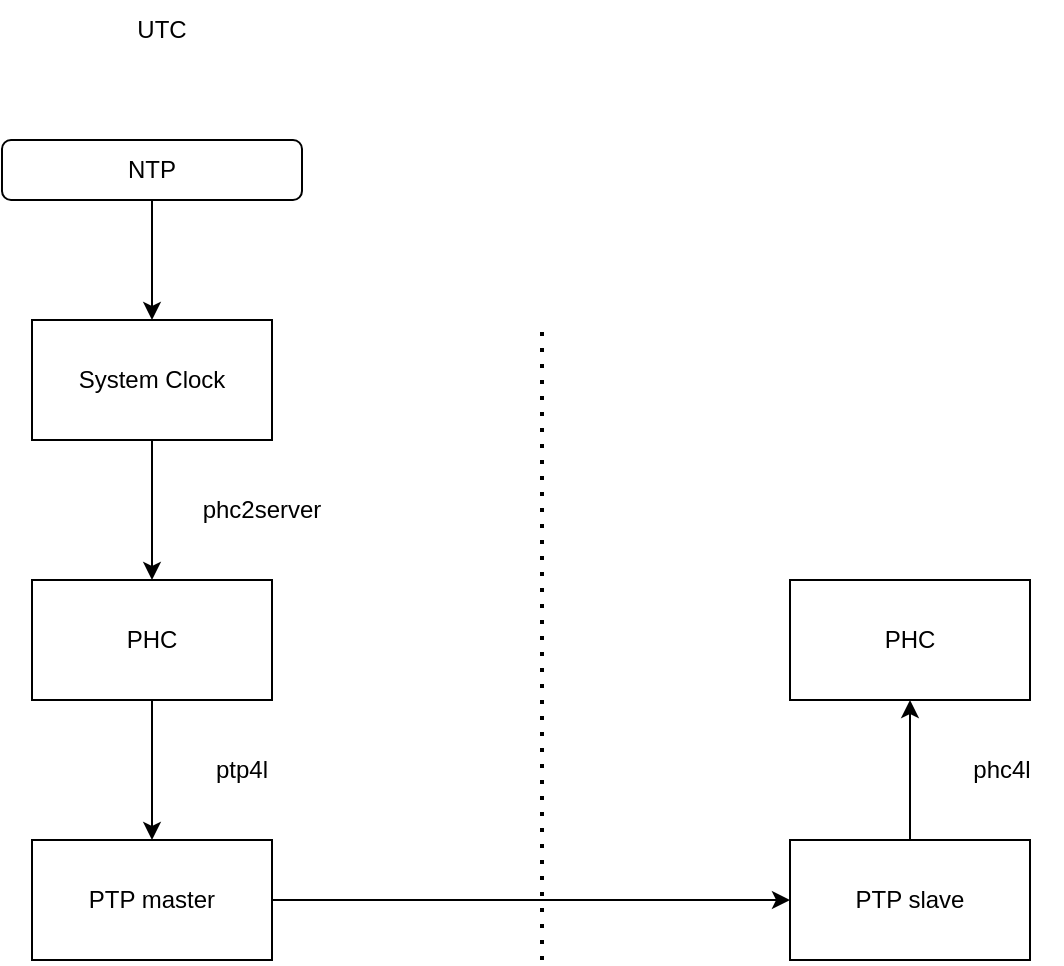
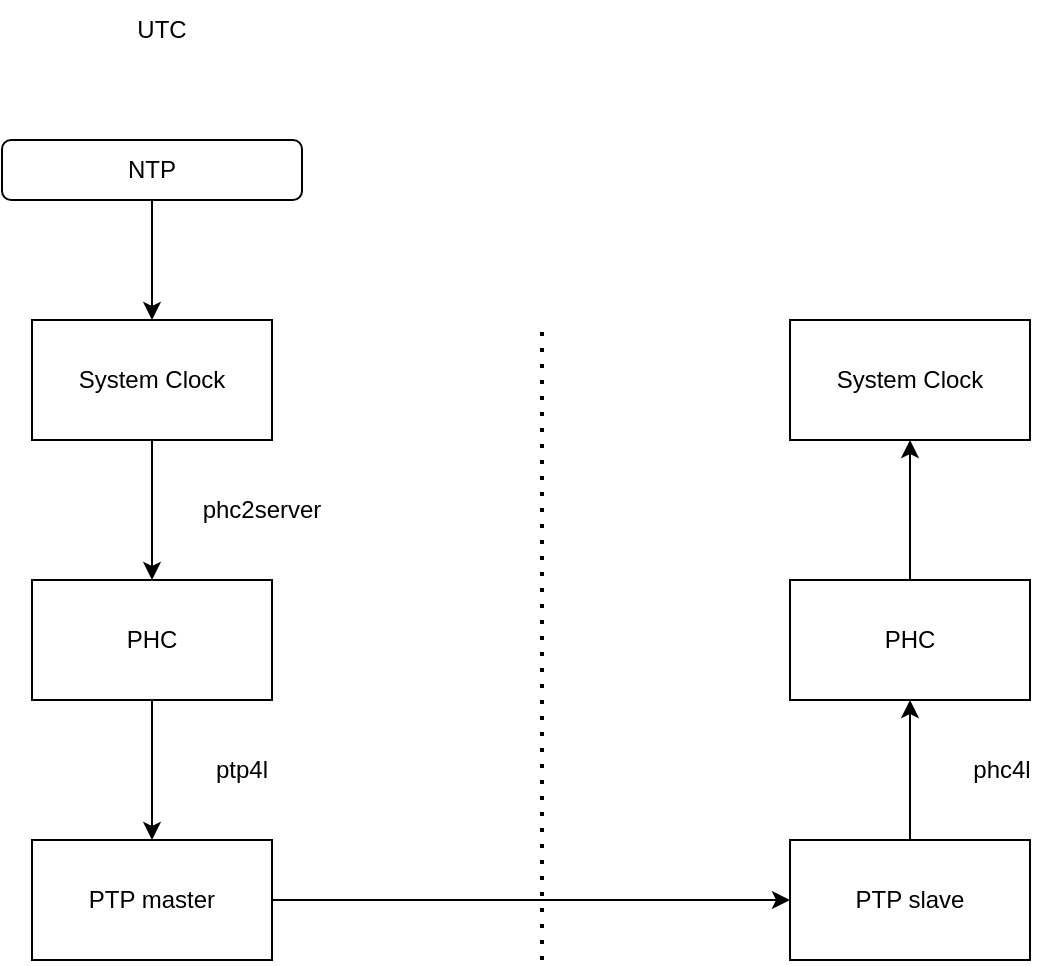
<mxfile host="app.diagrams.net" agent="Mozilla/5.0 (Windows NT 10.0; Win64; x64) AppleWebKit/537.36 (KHTML, like Gecko) Chrome/148.0.0.0 Safari/537.36">
  <diagram name="第 1 页" id="xi5zx8poPBdEaGlYp24N">
    <mxGraphModel dx="930" dy="494" grid="1" gridSize="10" guides="1" tooltips="1" connect="1" arrows="1" fold="1" page="1" pageScale="1" pageWidth="827" pageHeight="1169" math="0" shadow="0">
      <root>
        <mxCell id="0" />
        <mxCell id="1" parent="0" />
        <mxCell id="9tWx0qsMY7gKmuM-r2hu-1" edge="1" parent="1" source="473n1farRfXXC9yVkO81-1" style="edgeStyle=orthogonalEdgeStyle;rounded=0;orthogonalLoop=1;jettySize=auto;html=1;" target="473n1farRfXXC9yVkO81-7" value="">
          <mxGeometry relative="1" as="geometry" />
        </mxCell>
        <mxCell id="473n1farRfXXC9yVkO81-1" parent="1" style="rounded=1;whiteSpace=wrap;html=1;" value="NTP" vertex="1">
          <mxGeometry height="30" width="150" x="20" y="140" as="geometry" />
        </mxCell>
        <mxCell id="473n1farRfXXC9yVkO81-6" parent="1" style="text;html=1;whiteSpace=wrap;strokeColor=none;fillColor=none;align=center;verticalAlign=middle;rounded=0;" value="UTC" vertex="1">
          <mxGeometry height="30" width="60" x="70" y="70" as="geometry" />
        </mxCell>
        <mxCell id="9tWx0qsMY7gKmuM-r2hu-3" edge="1" parent="1" source="473n1farRfXXC9yVkO81-7" style="edgeStyle=orthogonalEdgeStyle;rounded=0;orthogonalLoop=1;jettySize=auto;html=1;" target="9tWx0qsMY7gKmuM-r2hu-2" value="">
          <mxGeometry relative="1" as="geometry" />
        </mxCell>
        <mxCell id="473n1farRfXXC9yVkO81-7" parent="1" style="rounded=0;whiteSpace=wrap;html=1;" value="System Clock" vertex="1">
          <mxGeometry height="60" width="120" x="35" y="230" as="geometry" />
        </mxCell>
        <mxCell id="9tWx0qsMY7gKmuM-r2hu-5" edge="1" parent="1" source="9tWx0qsMY7gKmuM-r2hu-2" style="edgeStyle=orthogonalEdgeStyle;rounded=0;orthogonalLoop=1;jettySize=auto;html=1;" target="9tWx0qsMY7gKmuM-r2hu-4" value="">
          <mxGeometry relative="1" as="geometry" />
        </mxCell>
        <mxCell id="9tWx0qsMY7gKmuM-r2hu-2" parent="1" style="rounded=0;whiteSpace=wrap;html=1;" value="PHC" vertex="1">
          <mxGeometry height="60" width="120" x="35" y="360" as="geometry" />
        </mxCell>
        <mxCell id="9tWx0qsMY7gKmuM-r2hu-11" edge="1" parent="1" source="9tWx0qsMY7gKmuM-r2hu-4" style="edgeStyle=orthogonalEdgeStyle;rounded=0;orthogonalLoop=1;jettySize=auto;html=1;exitX=1;exitY=0.5;exitDx=0;exitDy=0;entryX=0;entryY=0.5;entryDx=0;entryDy=0;" target="9tWx0qsMY7gKmuM-r2hu-9">
          <mxGeometry relative="1" as="geometry" />
        </mxCell>
        <mxCell id="9tWx0qsMY7gKmuM-r2hu-4" parent="1" style="rounded=0;whiteSpace=wrap;html=1;" value="PTP master" vertex="1">
          <mxGeometry height="60" width="120" x="35" y="490" as="geometry" />
        </mxCell>
        <mxCell id="9tWx0qsMY7gKmuM-r2hu-6" parent="1" style="text;html=1;whiteSpace=wrap;strokeColor=none;fillColor=none;align=center;verticalAlign=middle;rounded=0;" value="phc2server" vertex="1">
          <mxGeometry height="30" width="60" x="120" y="310" as="geometry" />
        </mxCell>
        <mxCell id="9tWx0qsMY7gKmuM-r2hu-7" parent="1" style="text;html=1;whiteSpace=wrap;strokeColor=none;fillColor=none;align=center;verticalAlign=middle;rounded=0;" value="ptp4l" vertex="1">
          <mxGeometry height="30" width="60" x="110" y="440" as="geometry" />
        </mxCell>
        <mxCell id="9tWx0qsMY7gKmuM-r2hu-8" edge="1" parent="1" style="endArrow=none;dashed=1;html=1;dashPattern=1 3;strokeWidth=2;rounded=0;" value="">
          <mxGeometry height="50" relative="1" width="50" as="geometry">
            <mxPoint x="290" y="550" as="sourcePoint" />
            <mxPoint x="290" y="230" as="targetPoint" />
          </mxGeometry>
        </mxCell>
        <mxCell id="9tWx0qsMY7gKmuM-r2hu-12" edge="1" parent="1" source="9tWx0qsMY7gKmuM-r2hu-9" style="edgeStyle=orthogonalEdgeStyle;rounded=0;orthogonalLoop=1;jettySize=auto;html=1;exitX=0.5;exitY=0;exitDx=0;exitDy=0;entryX=0.5;entryY=1;entryDx=0;entryDy=0;" target="9tWx0qsMY7gKmuM-r2hu-10">
          <mxGeometry relative="1" as="geometry" />
        </mxCell>
        <mxCell id="9tWx0qsMY7gKmuM-r2hu-9" parent="1" style="rounded=0;whiteSpace=wrap;html=1;" value="PTP slave" vertex="1">
          <mxGeometry height="60" width="120" x="414" y="490" as="geometry" />
        </mxCell>
+         <mxCell id="9tWx0qsMY7gKmuM-r2hu-15" edge="1" parent="1" source="9tWx0qsMY7gKmuM-r2hu-10" style="edgeStyle=orthogonalEdgeStyle;rounded=0;orthogonalLoop=1;jettySize=auto;html=1;" target="9tWx0qsMY7gKmuM-r2hu-14" value="">
+           <mxGeometry relative="1" as="geometry" />
+         </mxCell>
        <mxCell id="9tWx0qsMY7gKmuM-r2hu-10" parent="1" style="rounded=0;whiteSpace=wrap;html=1;" value="PHC" vertex="1">
          <mxGeometry height="60" width="120" x="414" y="360" as="geometry" />
        </mxCell>
        <mxCell id="9tWx0qsMY7gKmuM-r2hu-13" parent="1" style="text;html=1;whiteSpace=wrap;strokeColor=none;fillColor=none;align=center;verticalAlign=middle;rounded=0;" value="phc4l" vertex="1">
          <mxGeometry height="30" width="60" x="490" y="440" as="geometry" />
        </mxCell>
+         <mxCell id="9tWx0qsMY7gKmuM-r2hu-14" parent="1" style="rounded=0;whiteSpace=wrap;html=1;" value="System Clock" vertex="1">
+           <mxGeometry height="60" width="120" x="414" y="230" as="geometry" />
+         </mxCell>
      </root>
    </mxGraphModel>
  </diagram>
</mxfile>
